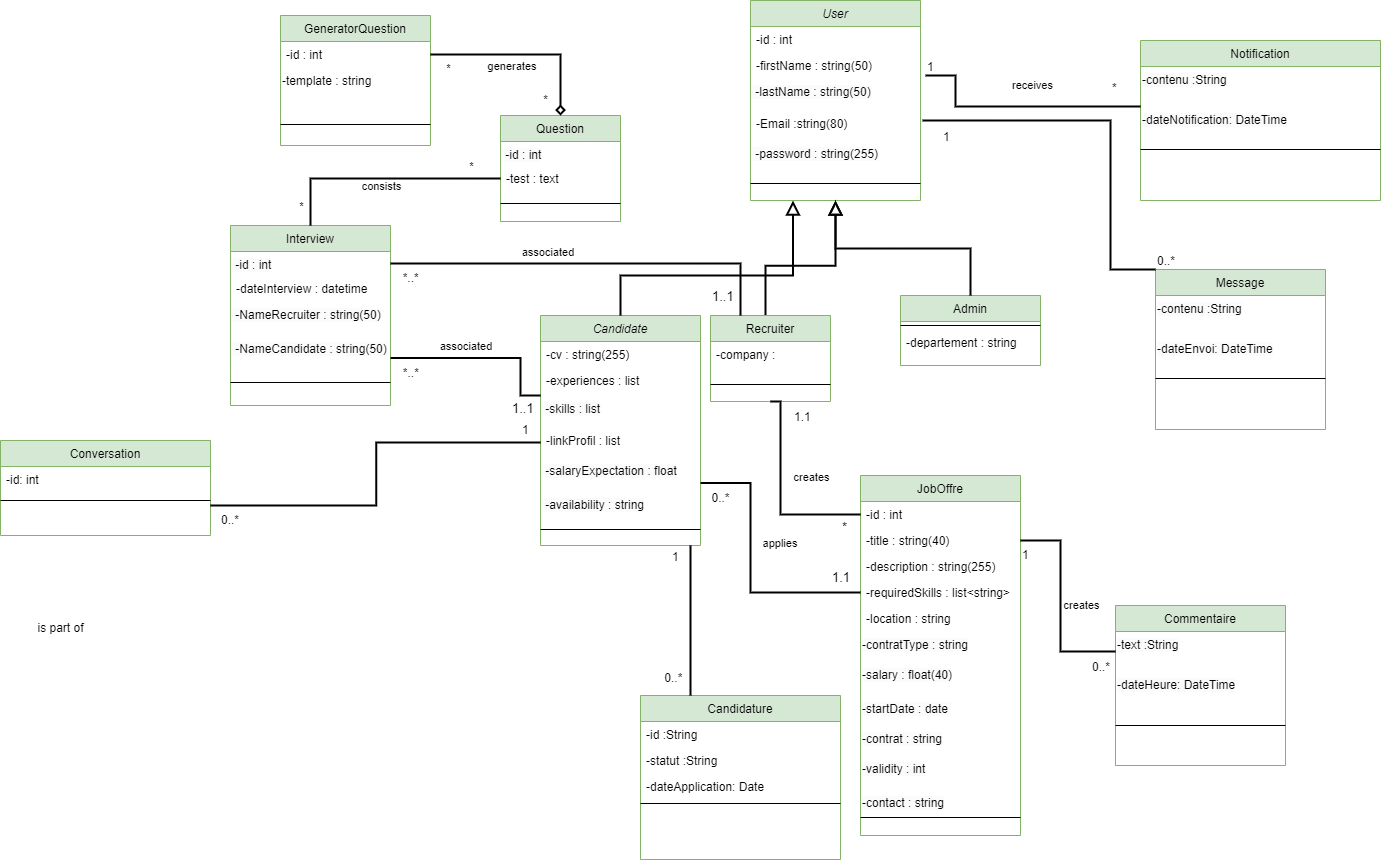
This is Diagramme class BD.drawio.png from chirine1/-project, a draw.io export, as it was before one commit. Source tidied: cells renumbered, new cells last; positions are measured from the earlier drawing's top-left corner, leaving out a move shared by most shapes.
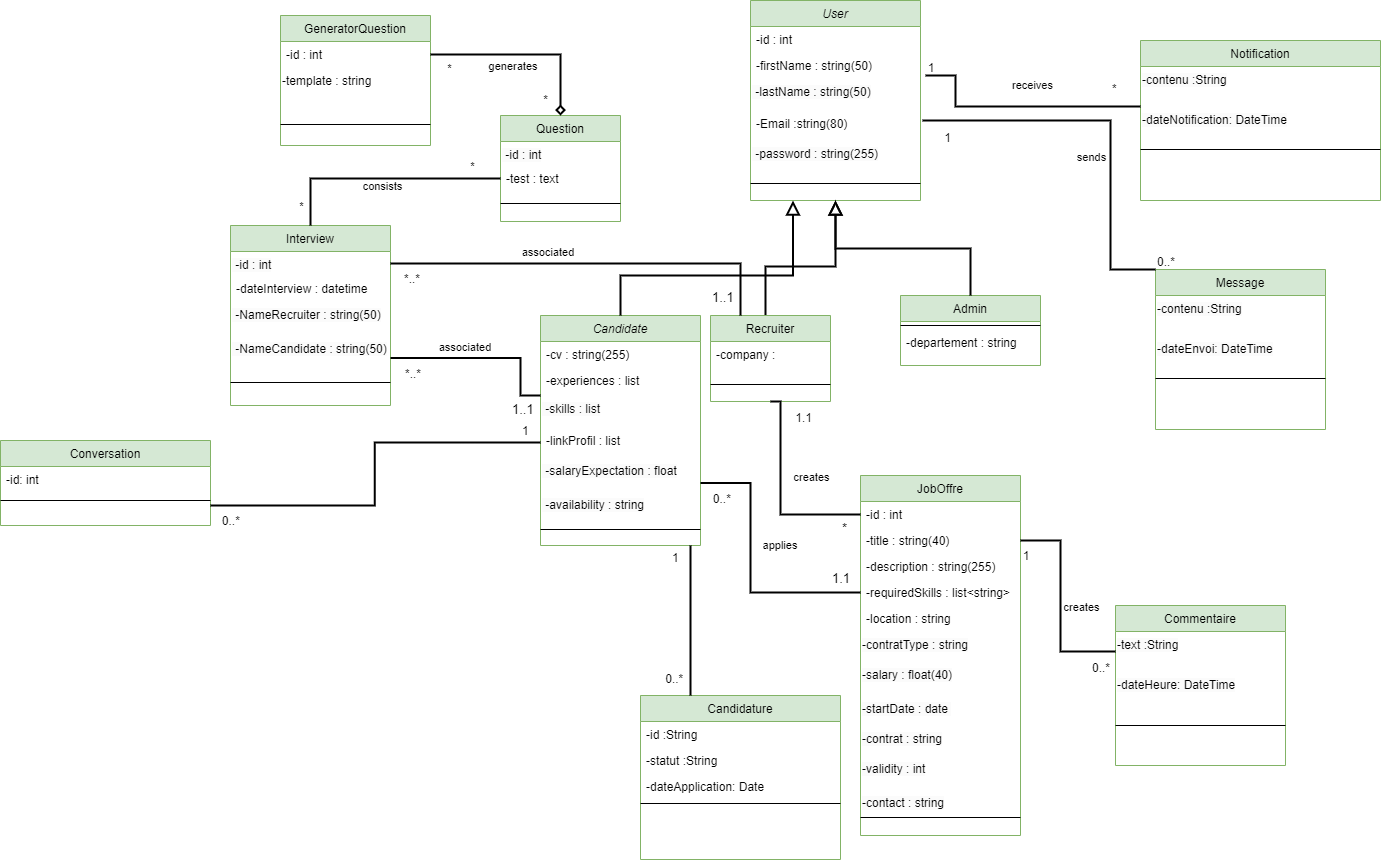
The same diagram one commit later.

Commit message:
Mettre à jour Diagramme class BD.drawio.png

Diff of the diagram source:
```diff
@@ -289,7 +289,7 @@
       </mxGeometry>
     </mxCell>
     <mxCell id="77" value="Conversation" style="swimlane;fontStyle=0;align=center;verticalAlign=top;horizontal=1;startSize=26;rounded=0;shadow=0;strokeWidth=1;fillColor=#d5e8d4;strokeColor=#82b366;" parent="1" vertex="1">
-      <mxGeometry y="440" width="210" height="95" as="geometry" />
+      <mxGeometry y="440" width="210" height="85" as="geometry" />
     </mxCell>
     <mxCell id="78" value="-id: int" style="text;align=left;verticalAlign=top;spacingLeft=4;spacingRight=4;overflow=hidden;" parent="77" vertex="1">
       <mxGeometry y="26" width="210" height="24" as="geometry" />
@@ -430,11 +430,6 @@
         <mxPoint x="51" y="9" as="offset" />
       </mxGeometry>
     </mxCell>
-    <mxCell id="111" value="&lt;font style=&quot;font-size: 12px;&quot;&gt;is part of&lt;/font&gt;" style="edgeLabel;html=1;align=center;verticalAlign=middle;" parent="1" vertex="1">
-      <mxGeometry x="60" y="605" as="geometry">
-        <mxPoint x="-1" y="22" as="offset" />
-      </mxGeometry>
-    </mxCell>
     <mxCell id="112" style="endArrow=none;shadow=0;strokeWidth=2;rounded=0;endFill=0;edgeStyle=elbowEdgeStyle;elbow=horizontal;entryX=1;entryY=0;entryDx=0;entryDy=0;exitX=0;exitY=0;exitDx=0;exitDy=0;" parent="1" edge="1" source="84">
       <mxGeometry x="0.5" y="41" relative="1" as="geometry">
         <mxPoint x="922" y="120" as="targetPoint" />
@@ -452,5 +447,10 @@
         <mxPoint x="29" y="25" as="offset" />
       </mxGeometry>
     </mxCell>
+    <mxCell id="115" value="sends" style="edgeLabel;html=1;align=center;verticalAlign=middle;" parent="112" vertex="1">
+      <mxGeometry x="-0.18" y="-1" relative="1" as="geometry">
+        <mxPoint x="-21" y="-3" as="offset" />
+      </mxGeometry>
+    </mxCell>
   </root>
 </mxGraphModel>
```
